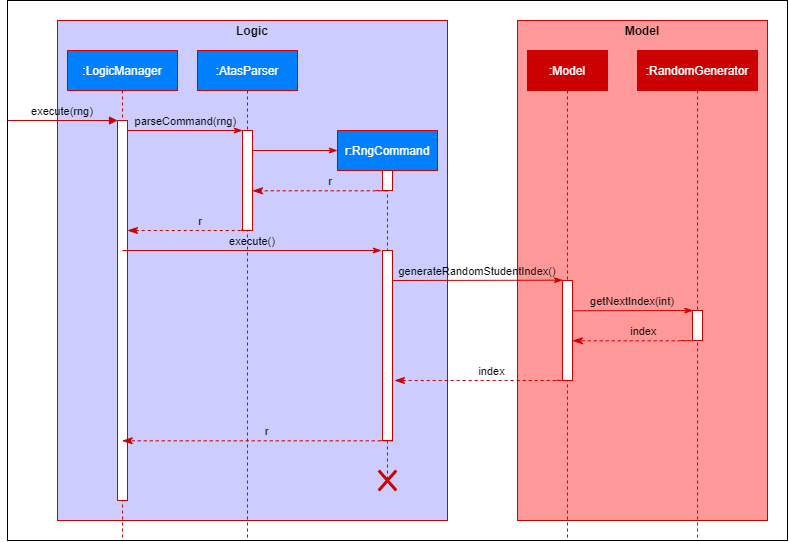
This is docs/images/RngSequenceDiagram.png from nweiyue/tp, a draw.io export, as it was before one commit. Source tidied: cells renumbered, new cells last; positions are measured from the earlier drawing's top-left corner, leaving out a move shared by most shapes.
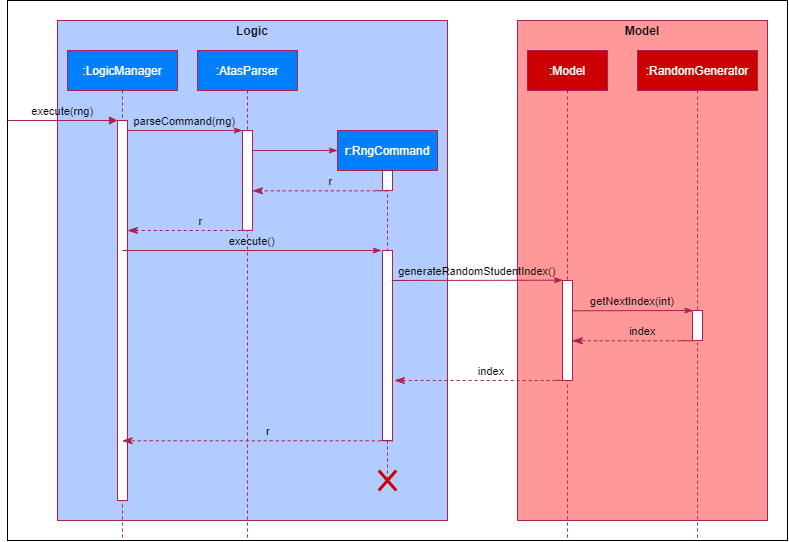
After the commit.

Commit message:
Standardise colours for diagrams

- RngActivityDiagram.png
- RngSequenceDiagram.png

What changed in the source:
```diff
@@ -5,58 +5,58 @@
     <mxCell id="2" style="rounded=0;whiteSpace=wrap;html=1;fontColor=#FFFFFF;fillColor=#FFFFFF;" parent="1" vertex="1">
       <mxGeometry width="780" height="540" as="geometry" />
     </mxCell>
-    <mxCell id="3" style="rounded=0;whiteSpace=wrap;html=1;fillColor=#CCCCFF;strokeColor=#CC0000;" parent="1" vertex="1">
+    <mxCell id="3" style="rounded=0;whiteSpace=wrap;html=1;strokeColor=#AC2150;fillColor=#B3CCFF;" parent="1" vertex="1">
       <mxGeometry x="50" y="20" width="390" height="500" as="geometry" />
     </mxCell>
-    <mxCell id="4" style="rounded=0;whiteSpace=wrap;html=1;fillColor=#FF9999;strokeColor=#CC0000;" parent="1" vertex="1">
+    <mxCell id="4" style="rounded=0;whiteSpace=wrap;html=1;fillColor=#FF9999;strokeColor=#AC2150;" parent="1" vertex="1">
       <mxGeometry x="510" y="20" width="250" height="500" as="geometry" />
     </mxCell>
-    <mxCell id="5" value=":LogicManager" style="shape=umlLifeline;perimeter=lifelinePerimeter;rounded=0;shadow=0;strokeWidth=1;fontColor=#FFFFFF;fillColor=#007fff;strokeColor=#CC0000;" parent="1" vertex="1">
+    <mxCell id="5" value=":LogicManager" style="shape=umlLifeline;perimeter=lifelinePerimeter;rounded=0;shadow=0;strokeWidth=1;fontColor=#FFFFFF;strokeColor=#ac2150;fillColor=#007FFF;" parent="1" vertex="1">
       <mxGeometry x="60" y="50" width="110" height="490" as="geometry" />
     </mxCell>
-    <mxCell id="6" style="points=[];perimeter=orthogonalPerimeter;rounded=0;shadow=0;strokeWidth=1;strokeColor=#CC0000;" parent="5" vertex="1">
+    <mxCell id="6" style="points=[];perimeter=orthogonalPerimeter;rounded=0;shadow=0;strokeWidth=1;strokeColor=#AC2150;" parent="5" vertex="1">
       <mxGeometry x="50" y="70" width="10" height="380" as="geometry" />
     </mxCell>
-    <mxCell id="7" value="execute(rng)" style="verticalAlign=bottom;startArrow=none;endArrow=block;startSize=8;shadow=0;strokeWidth=1;startFill=0;labelBackgroundColor=none;strokeColor=#CC0000;" parent="5" edge="1" target="6">
+    <mxCell id="7" value="execute(rng)" style="verticalAlign=bottom;startArrow=none;endArrow=block;startSize=8;shadow=0;strokeWidth=1;startFill=0;labelBackgroundColor=none;strokeColor=#ac2150;" parent="5" edge="1" target="6">
       <mxGeometry relative="1" as="geometry">
         <mxPoint x="-60" y="70" as="sourcePoint" />
       </mxGeometry>
     </mxCell>
-    <mxCell id="8" value=":AtasParser" style="shape=umlLifeline;perimeter=lifelinePerimeter;rounded=0;shadow=0;strokeWidth=1;fontColor=#FFFFFF;fillColor=#007fff;strokeColor=#CC0000;" parent="1" vertex="1">
+    <mxCell id="8" value=":AtasParser" style="shape=umlLifeline;perimeter=lifelinePerimeter;rounded=0;shadow=0;strokeWidth=1;fontColor=#FFFFFF;strokeColor=#ac2150;fillColor=#007FFF;" parent="1" vertex="1">
       <mxGeometry x="190" y="50" width="100" height="490" as="geometry" />
     </mxCell>
-    <mxCell id="9" style="points=[];perimeter=orthogonalPerimeter;rounded=0;shadow=0;strokeWidth=1;strokeColor=#CC0000;" parent="8" vertex="1">
+    <mxCell id="9" style="points=[];perimeter=orthogonalPerimeter;rounded=0;shadow=0;strokeWidth=1;strokeColor=#ac2150;" parent="8" vertex="1">
       <mxGeometry x="45" y="80" width="10" height="100" as="geometry" />
     </mxCell>
-    <mxCell id="10" value="r" style="verticalAlign=bottom;endArrow=classicThin;dashed=1;endSize=8;exitX=-0.134;exitY=0.997;shadow=0;strokeWidth=1;endFill=1;exitDx=0;exitDy=0;exitPerimeter=0;labelBackgroundColor=none;strokeColor=#CC0000;" parent="1" edge="1" source="9" target="6">
+    <mxCell id="10" value="r" style="verticalAlign=bottom;endArrow=classicThin;dashed=1;endSize=8;exitX=-0.134;exitY=0.997;shadow=0;strokeWidth=1;endFill=1;exitDx=0;exitDy=0;exitPerimeter=0;labelBackgroundColor=none;strokeColor=#ac2150;" parent="1" edge="1" source="9" target="6">
       <mxGeometry relative="1" as="geometry">
         <Array as="points">
           <mxPoint x="250" y="230" />
         </Array>
       </mxGeometry>
     </mxCell>
-    <mxCell id="11" value="parseCommand(rng)" style="verticalAlign=bottom;endArrow=classicThin;entryX=0;entryY=0;shadow=0;strokeWidth=1;endFill=1;labelBackgroundColor=none;strokeColor=#CC0000;" parent="1" edge="1" source="6" target="9">
+    <mxCell id="11" value="parseCommand(rng)" style="verticalAlign=bottom;endArrow=classicThin;entryX=0;entryY=0;shadow=0;strokeWidth=1;endFill=1;labelBackgroundColor=none;strokeColor=#ac2150;" parent="1" edge="1" source="6" target="9">
       <mxGeometry relative="1" as="geometry" />
     </mxCell>
-    <mxCell id="12" style="verticalAlign=bottom;endArrow=classicThin;shadow=0;strokeWidth=1;endFill=1;strokeColor=#CC0000;" parent="1" edge="1">
+    <mxCell id="12" style="verticalAlign=bottom;endArrow=classicThin;shadow=0;strokeWidth=1;endFill=1;strokeColor=#ac2150;" parent="1" edge="1">
       <mxGeometry relative="1" as="geometry">
         <mxPoint x="245" y="150" as="sourcePoint" />
         <mxPoint x="330" y="150" as="targetPoint" />
       </mxGeometry>
     </mxCell>
-    <mxCell id="13" value="r:RngCommand" style="shape=umlLifeline;perimeter=lifelinePerimeter;rounded=0;shadow=0;strokeWidth=1;fontColor=#FFFFFF;fillColor=#007fff;strokeColor=#CC0000;" parent="1" vertex="1">
+    <mxCell id="13" value="r:RngCommand" style="shape=umlLifeline;perimeter=lifelinePerimeter;rounded=0;shadow=0;strokeWidth=1;fontColor=#FFFFFF;strokeColor=#ac2150;fillColor=#007FFF;" parent="1" vertex="1">
       <mxGeometry x="330" y="130" width="100" height="350" as="geometry" />
     </mxCell>
-    <mxCell id="14" style="perimeter=orthogonalPerimeter;rounded=0;shadow=0;strokeWidth=1;strokeColor=#CC0000;" parent="13" vertex="1">
+    <mxCell id="14" style="perimeter=orthogonalPerimeter;rounded=0;shadow=0;strokeWidth=1;strokeColor=#ac2150;" parent="13" vertex="1">
       <mxGeometry x="45" y="40" width="10" height="20" as="geometry" />
     </mxCell>
-    <mxCell id="15" value="execute()" style="verticalAlign=bottom;endArrow=classicThin;shadow=0;strokeWidth=1;endFill=1;labelBackgroundColor=none;strokeColor=#CC0000;" parent="1" edge="1">
+    <mxCell id="15" value="execute()" style="verticalAlign=bottom;endArrow=classicThin;shadow=0;strokeWidth=1;endFill=1;labelBackgroundColor=none;strokeColor=#ac2150;" parent="1" edge="1">
       <mxGeometry relative="1" as="geometry">
         <mxPoint x="115" y="250" as="sourcePoint" />
         <mxPoint x="374" y="250" as="targetPoint" />
       </mxGeometry>
     </mxCell>
-    <mxCell id="16" value="r" style="verticalAlign=bottom;endArrow=classicThin;dashed=1;endSize=8;exitX=-0.134;exitY=0.997;shadow=0;strokeWidth=1;endFill=1;exitDx=0;exitDy=0;exitPerimeter=0;labelBackgroundColor=none;strokeColor=#CC0000;" parent="1" edge="1" target="9">
+    <mxCell id="16" value="r" style="verticalAlign=bottom;endArrow=classicThin;dashed=1;endSize=8;exitX=-0.134;exitY=0.997;shadow=0;strokeWidth=1;endFill=1;exitDx=0;exitDy=0;exitPerimeter=0;labelBackgroundColor=none;strokeColor=#AC2150;" parent="1" edge="1" target="9">
       <mxGeometry relative="1" as="geometry">
         <mxPoint x="368.7" y="190" as="sourcePoint" />
         <Array as="points">
@@ -64,32 +64,32 @@
         </Array>
       </mxGeometry>
     </mxCell>
-    <mxCell id="17" style="perimeter=orthogonalPerimeter;rounded=0;shadow=0;strokeWidth=1;strokeColor=#CC0000;" parent="1" vertex="1">
+    <mxCell id="17" style="perimeter=orthogonalPerimeter;rounded=0;shadow=0;strokeWidth=1;strokeColor=#ac2150;" parent="1" vertex="1">
       <mxGeometry x="375" y="250" width="10" height="190" as="geometry" />
     </mxCell>
-    <mxCell id="18" value="generateRandomStudentIndex()" style="verticalAlign=bottom;endArrow=classicThin;shadow=0;strokeWidth=1;endFill=1;entryX=0.014;entryY=-0.003;entryDx=0;entryDy=0;entryPerimeter=0;labelBackgroundColor=none;strokeColor=#CC0000;" parent="1" edge="1" target="20">
+    <mxCell id="18" value="generateRandomStudentIndex()" style="verticalAlign=bottom;endArrow=classicThin;shadow=0;strokeWidth=1;endFill=1;entryX=0.014;entryY=-0.003;entryDx=0;entryDy=0;entryPerimeter=0;labelBackgroundColor=none;strokeColor=#ac2150;" parent="1" edge="1" target="20">
       <mxGeometry relative="1" as="geometry">
         <mxPoint x="385" y="280" as="sourcePoint" />
       </mxGeometry>
     </mxCell>
-    <mxCell id="19" value=":Model" style="shape=umlLifeline;perimeter=lifelinePerimeter;rounded=0;shadow=0;strokeWidth=1;fillColor=#CC0000;fontColor=#FFFFFF;strokeColor=#CC0000;" parent="1" vertex="1">
+    <mxCell id="19" value=":Model" style="shape=umlLifeline;perimeter=lifelinePerimeter;rounded=0;shadow=0;strokeWidth=1;fillColor=#CC0000;fontColor=#FFFFFF;strokeColor=#AC2150;" parent="1" vertex="1">
       <mxGeometry x="520" y="50" width="80" height="490" as="geometry" />
     </mxCell>
-    <mxCell id="20" style="points=[];perimeter=orthogonalPerimeter;rounded=0;shadow=0;strokeWidth=1;strokeColor=#CC0000;" parent="19" vertex="1">
+    <mxCell id="20" style="points=[];perimeter=orthogonalPerimeter;rounded=0;shadow=0;strokeWidth=1;strokeColor=#AC2150;" parent="19" vertex="1">
       <mxGeometry x="35" y="230" width="10" height="100" as="geometry" />
     </mxCell>
-    <mxCell id="21" value="getNextIndex(int)" style="verticalAlign=bottom;endArrow=classicThin;shadow=0;strokeWidth=1;endFill=1;entryX=0.049;entryY=0.001;entryDx=0;entryDy=0;entryPerimeter=0;labelBackgroundColor=none;strokeColor=#CC0000;" parent="1" edge="1" target="23">
+    <mxCell id="21" value="getNextIndex(int)" style="verticalAlign=bottom;endArrow=classicThin;shadow=0;strokeWidth=1;endFill=1;entryX=0.049;entryY=0.001;entryDx=0;entryDy=0;entryPerimeter=0;labelBackgroundColor=none;strokeColor=#ac2150;" parent="1" edge="1" target="23">
       <mxGeometry relative="1" as="geometry">
         <mxPoint x="565" y="310.3" as="sourcePoint" />
       </mxGeometry>
     </mxCell>
-    <mxCell id="22" value=":RandomGenerator" style="shape=umlLifeline;perimeter=lifelinePerimeter;rounded=0;shadow=0;strokeWidth=1;fillColor=#CC0000;fontColor=#FFFFFF;strokeColor=#CC0000;" parent="1" vertex="1">
+    <mxCell id="22" value=":RandomGenerator" style="shape=umlLifeline;perimeter=lifelinePerimeter;rounded=0;shadow=0;strokeWidth=1;fillColor=#CC0000;fontColor=#FFFFFF;strokeColor=#AC2150;" parent="1" vertex="1">
       <mxGeometry x="630" y="50" width="120" height="490" as="geometry" />
     </mxCell>
-    <mxCell id="23" style="points=[];perimeter=orthogonalPerimeter;rounded=0;shadow=0;strokeWidth=1;strokeColor=#CC0000;" parent="22" vertex="1">
+    <mxCell id="23" style="points=[];perimeter=orthogonalPerimeter;rounded=0;shadow=0;strokeWidth=1;strokeColor=#ac2150;" parent="22" vertex="1">
       <mxGeometry x="55" y="260" width="10" height="30" as="geometry" />
     </mxCell>
-    <mxCell id="24" value="index" style="verticalAlign=bottom;endArrow=classicThin;dashed=1;endSize=8;exitX=-0.134;exitY=0.997;shadow=0;strokeWidth=1;endFill=1;exitDx=0;exitDy=0;exitPerimeter=0;entryX=0.988;entryY=0.603;entryDx=0;entryDy=0;entryPerimeter=0;labelBackgroundColor=none;strokeColor=#CC0000;" parent="1" edge="1" target="20">
+    <mxCell id="24" value="index" style="verticalAlign=bottom;endArrow=classicThin;dashed=1;endSize=8;exitX=-0.134;exitY=0.997;shadow=0;strokeWidth=1;endFill=1;exitDx=0;exitDy=0;exitPerimeter=0;entryX=0.988;entryY=0.603;entryDx=0;entryDy=0;entryPerimeter=0;labelBackgroundColor=none;strokeColor=#ac2150;" parent="1" edge="1" target="20">
       <mxGeometry relative="1" as="geometry">
         <mxPoint x="673.7" y="340" as="sourcePoint" />
         <Array as="points">
@@ -97,7 +97,7 @@
         </Array>
       </mxGeometry>
     </mxCell>
-    <mxCell id="25" value="index" style="verticalAlign=bottom;endArrow=classicThin;dashed=1;endSize=8;exitX=-0.134;exitY=0.997;shadow=0;strokeWidth=1;endFill=1;exitDx=0;exitDy=0;exitPerimeter=0;labelBackgroundColor=none;strokeColor=#CC0000;" parent="1" edge="1">
+    <mxCell id="25" value="index" style="verticalAlign=bottom;endArrow=classicThin;dashed=1;endSize=8;exitX=-0.134;exitY=0.997;shadow=0;strokeWidth=1;endFill=1;exitDx=0;exitDy=0;exitPerimeter=0;labelBackgroundColor=none;strokeColor=#ac2150;" parent="1" edge="1">
       <mxGeometry relative="1" as="geometry">
         <mxPoint x="548.8" y="379.8" as="sourcePoint" />
         <mxPoint x="387" y="380" as="targetPoint" />
@@ -106,7 +106,7 @@
         </Array>
       </mxGeometry>
     </mxCell>
-    <mxCell id="26" value="r" style="verticalAlign=bottom;endArrow=classicThin;dashed=1;endSize=8;exitX=-0.134;exitY=0.997;shadow=0;strokeWidth=1;endFill=1;exitDx=0;exitDy=0;exitPerimeter=0;labelBackgroundColor=none;strokeColor=#CC0000;" parent="1" edge="1">
+    <mxCell id="26" value="r" style="verticalAlign=bottom;endArrow=classicThin;dashed=1;endSize=8;exitX=-0.134;exitY=0.997;shadow=0;strokeWidth=1;endFill=1;exitDx=0;exitDy=0;exitPerimeter=0;labelBackgroundColor=none;strokeColor=#ac2150;" parent="1" edge="1">
       <mxGeometry relative="1" as="geometry">
         <mxPoint x="373.7" y="440" as="sourcePoint" />
         <mxPoint x="114.7" y="440.3" as="targetPoint" />
```
